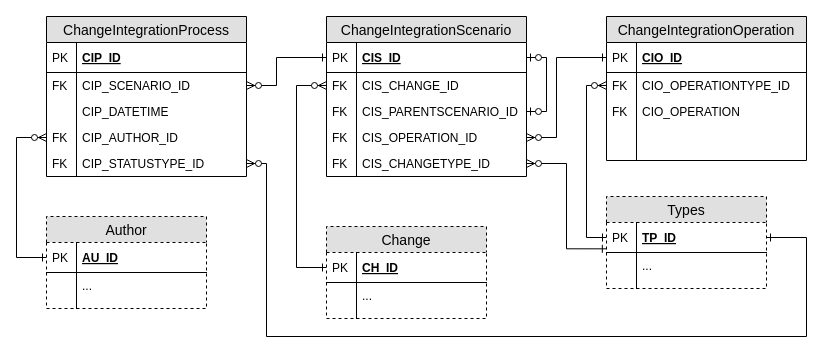
Above: schema/change_integration_db_schema.drawio in lllauma/heterogeneous-data-integration (draw.io), before the change. Source tidied: cells renumbered, new cells numbered last; positions are measured from the earlier drawing's top-left corner, leaving out a move shared by most shapes. Both pictures are drawn from the tidied source at 100%, with x=0, y=0 at pixel (16, 16).
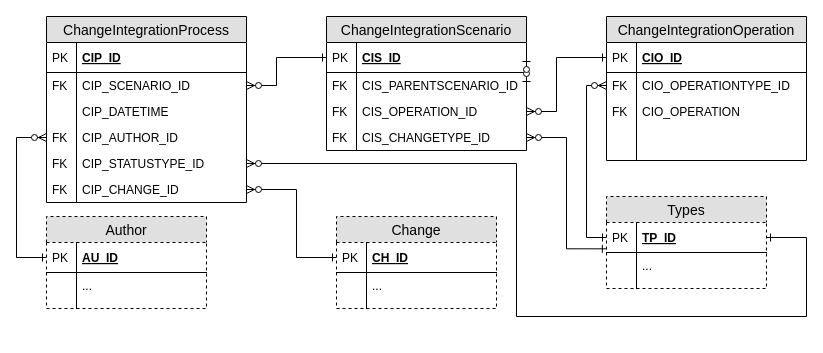
The same diagram, later.

The change refers to these unchanged cells:
```xml
<mxCell id="16" value="CIP_STATUSTYPE_ID" style="shape=partialRectangle;top=0;left=0;right=0;bottom=0;align=left;verticalAlign=top;fillColor=none;spacingLeft=34;spacingRight=4;overflow=hidden;points=[[0,0.5],[1,0.5]];portConstraint=eastwest;fontSize=12;" parent="7" vertex="1">
  <mxGeometry y="134" width="200" height="26" as="geometry" />
</mxCell>
<mxCell id="31" value="CIO_ID" style="shape=partialRectangle;top=0;left=0;right=0;bottom=1;align=left;verticalAlign=middle;fillColor=none;spacingLeft=34;spacingRight=4;overflow=hidden;points=[[0,0.5],[1,0.5]];portConstraint=eastwest;fontStyle=5;fontSize=12;" parent="30" vertex="1">
  <mxGeometry y="26" width="200" height="30" as="geometry" />
</mxCell>
<mxCell id="42" value="TP_ID" style="shape=partialRectangle;top=0;left=0;right=0;bottom=1;align=left;verticalAlign=middle;fillColor=none;spacingLeft=34;spacingRight=4;overflow=hidden;points=[[0,0.5],[1,0.5]];portConstraint=eastwest;fontStyle=5;fontSize=12;" parent="41" vertex="1">
  <mxGeometry y="26" width="160" height="30" as="geometry" />
</mxCell>
<mxCell id="58" value="CH_ID" style="shape=partialRectangle;top=0;left=0;right=0;bottom=1;align=left;verticalAlign=middle;fillColor=none;spacingLeft=34;spacingRight=4;overflow=hidden;points=[[0,0.5],[1,0.5]];portConstraint=eastwest;fontStyle=5;fontSize=12;" parent="57" vertex="1">
  <mxGeometry y="26" width="160" height="30" as="geometry" />
</mxCell>
```

Diff of the diagram source:
```diff
@@
     <mxCell id="3" style="edgeStyle=orthogonalEdgeStyle;rounded=0;jettySize=auto;html=1;exitX=1;exitY=0.5;exitDx=0;exitDy=0;entryX=0;entryY=0.5;entryDx=0;entryDy=0;startArrow=ERzeroToMany;startFill=1;endArrow=ERone;endFill=0;" parent="1" edge="1" source="26" target="31">
       <mxGeometry relative="1" as="geometry">
         <Array as="points">
-          <mxPoint x="540" y="121" />
+          <mxPoint x="540" y="95" />
           <mxPoint x="540" y="41" />
         </Array>
       </mxGeometry>
     </mxCell>
-    <mxCell id="4" style="edgeStyle=orthogonalEdgeStyle;rounded=0;jettySize=auto;html=1;exitX=0;exitY=0.5;exitDx=0;exitDy=0;entryX=0;entryY=0.5;entryDx=0;entryDy=0;startArrow=ERzeroToMany;startFill=1;endArrow=ERone;endFill=0;" parent="1" edge="1" source="21" target="58">
+    <mxCell id="4" style="edgeStyle=orthogonalEdgeStyle;rounded=0;jettySize=auto;html=1;exitX=1;exitY=0.5;exitDx=0;exitDy=0;entryX=0;entryY=0.5;entryDx=0;entryDy=0;startArrow=ERzeroToMany;startFill=1;endArrow=ERone;endFill=0;" parent="1" edge="1" source="64" target="58">
       <mxGeometry relative="1" as="geometry">
         <Array as="points">
-          <mxPoint x="280" y="69" />
+          <mxPoint x="280" y="173" />
+          <mxPoint x="280" y="241" />
         </Array>
       </mxGeometry>
     </mxCell>
@@
     <mxCell id="7" value="ChangeIntegrationProcess" style="swimlane;fontStyle=0;horizontal=1;startSize=26;fillColor=#e0e0e0;swimlaneFillColor=#ffffff;align=center;fontSize=14;" parent="1" vertex="1">
-      <mxGeometry x="30" width="200" height="160" as="geometry" />
+      <mxGeometry x="30" width="200" height="186" as="geometry" />
     </mxCell>
@@
+    <mxCell id="64" value="CIP_CHANGE_ID" style="shape=partialRectangle;top=0;left=0;right=0;bottom=0;align=left;verticalAlign=top;fillColor=none;spacingLeft=34;spacingRight=4;overflow=hidden;points=[[0,0.5],[1,0.5]];portConstraint=eastwest;fontSize=12;" parent="7" vertex="1">
+      <mxGeometry y="160" width="200" height="26" as="geometry" />
+    </mxCell>
+    <mxCell id="22" value="FK" style="shape=partialRectangle;top=0;left=0;bottom=0;fillColor=none;align=left;verticalAlign=top;spacingLeft=4;spacingRight=4;overflow=hidden;fontSize=12;" parent="64" vertex="1">
+      <mxGeometry width="30" height="26" as="geometry" />
+    </mxCell>
     <mxCell id="18" value="ChangeIntegrationScenario" style="swimlane;fontStyle=0;horizontal=1;startSize=26;fillColor=#e0e0e0;swimlaneFillColor=#ffffff;align=center;fontSize=14;" parent="1" vertex="1">
-      <mxGeometry x="310" width="200" height="160" as="geometry" />
+      <mxGeometry x="310" width="200" height="134" as="geometry" />
     </mxCell>
@@
-    <mxCell id="21" value="CIS_CHANGE_ID" style="shape=partialRectangle;top=0;left=0;right=0;bottom=0;align=left;verticalAlign=top;fillColor=none;spacingLeft=34;spacingRight=4;overflow=hidden;points=[[0,0.5],[1,0.5]];portConstraint=eastwest;fontSize=12;" parent="18" vertex="1">
-      <mxGeometry y="56" width="200" height="26" as="geometry" />
-    </mxCell>
-    <mxCell id="22" value="FK" style="shape=partialRectangle;top=0;left=0;bottom=0;fillColor=none;align=left;verticalAlign=top;spacingLeft=4;spacingRight=4;overflow=hidden;fontSize=12;" parent="21" vertex="1">
-      <mxGeometry width="30" height="26" as="geometry" />
-    </mxCell>
@@
     <mxCell id="24" value="CIS_PARENTSCENARIO_ID" style="shape=partialRectangle;top=0;left=0;right=0;bottom=0;align=left;verticalAlign=top;fillColor=none;spacingLeft=34;spacingRight=4;overflow=hidden;points=[[0,0.5],[1,0.5]];portConstraint=eastwest;fontSize=12;" parent="18" vertex="1">
-      <mxGeometry y="82" width="200" height="26" as="geometry" />
+      <mxGeometry y="56" width="200" height="26" as="geometry" />
     </mxCell>
@@
     <mxCell id="26" value="CIS_OPERATION_ID" style="shape=partialRectangle;top=0;left=0;right=0;bottom=0;align=left;verticalAlign=top;fillColor=none;spacingLeft=34;spacingRight=4;overflow=hidden;points=[[0,0.5],[1,0.5]];portConstraint=eastwest;fontSize=12;" parent="18" vertex="1">
-      <mxGeometry y="108" width="200" height="26" as="geometry" />
+      <mxGeometry y="82" width="200" height="26" as="geometry" />
     </mxCell>
@@
     <mxCell id="28" value="CIS_CHANGETYPE_ID" style="shape=partialRectangle;top=0;left=0;right=0;bottom=0;align=left;verticalAlign=top;fillColor=none;spacingLeft=34;spacingRight=4;overflow=hidden;points=[[0,0.5],[1,0.5]];portConstraint=eastwest;fontSize=12;" parent="18" vertex="1">
-      <mxGeometry y="134" width="200" height="26" as="geometry" />
+      <mxGeometry y="108" width="200" height="26" as="geometry" />
     </mxCell>
@@
     <mxCell id="55" style="edgeStyle=orthogonalEdgeStyle;rounded=0;jettySize=auto;html=1;exitX=1;exitY=0.5;exitDx=0;exitDy=0;entryX=1;entryY=0.5;entryDx=0;entryDy=0;startArrow=ERzeroToMany;startFill=1;endArrow=ERone;endFill=0;" parent="1" edge="1" source="16" target="42">
       <mxGeometry relative="1" as="geometry">
         <Array as="points">
-          <mxPoint x="250" y="147" />
-          <mxPoint x="250" y="320" />
-          <mxPoint x="790" y="320" />
+          <mxPoint x="500" y="147" />
+          <mxPoint x="500" y="300" />
+          <mxPoint x="790" y="300" />
           <mxPoint x="790" y="221" />
         </Array>
       </mxGeometry>
     </mxCell>
@@
     <mxCell id="57" value="Change" style="swimlane;fontStyle=0;horizontal=1;startSize=26;fillColor=#e0e0e0;swimlaneFillColor=#ffffff;align=center;fontSize=14;dashed=1;" parent="1" vertex="1">
-      <mxGeometry x="310" y="210" width="160" height="92" as="geometry" />
+      <mxGeometry x="320" y="200" width="160" height="92" as="geometry" />
     </mxCell>
```
